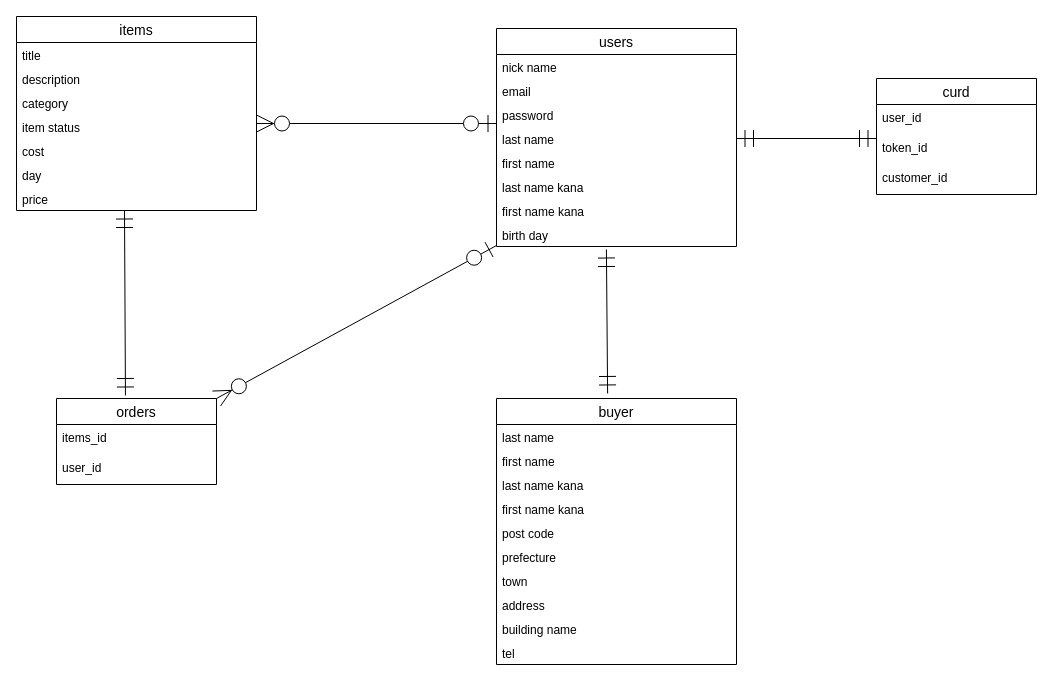
Before: frima.dio in Falendre/furima-39219, a draw.io diagram. Source tidied: cells renumbered, new cells numbered last; positions are measured from the earlier drawing's top-left corner, leaving out a move shared by most shapes. Both pictures are drawn from the tidied source at 100%, with x=0, y=0 at pixel (16, 16).
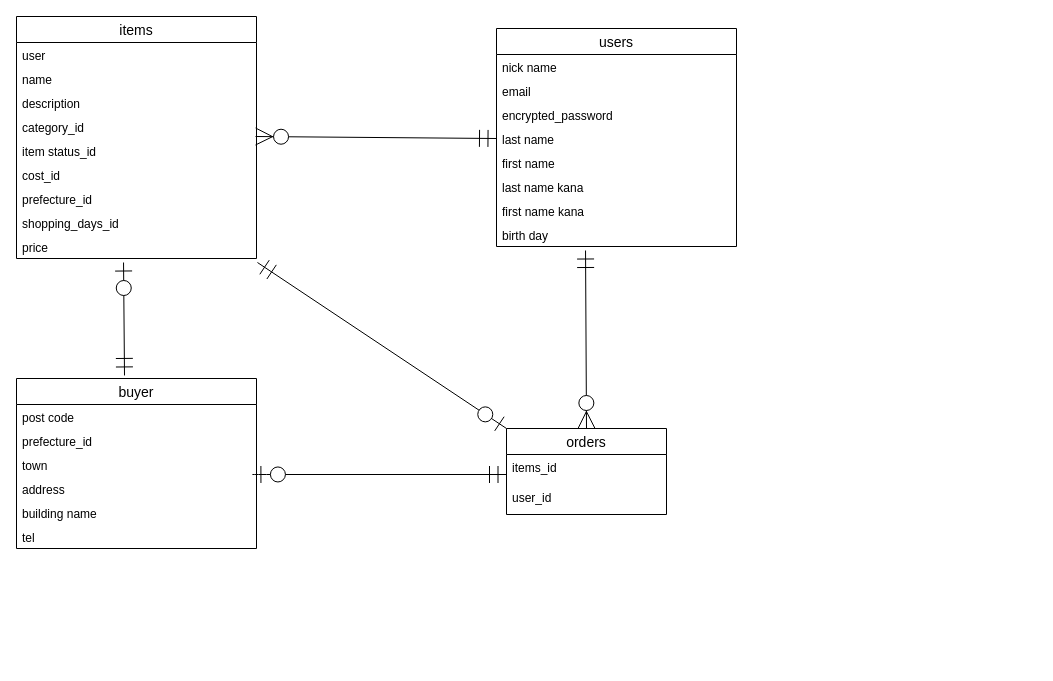
After the change.

Commit message (it also covers changes not shown here):
er図　README修正

Unchanged cells that the change refers to:
```xml
<mxCell id="2" value="users" style="swimlane;fontStyle=0;horizontal=1;startSize=26;align=center;fontSize=14;" parent="1" vertex="1">
  <mxGeometry x="480" y="12" width="240" height="218" as="geometry" />
</mxCell>
<mxCell id="6" value="last name" style="text;strokeColor=none;fillColor=none;spacingLeft=4;spacingRight=4;overflow=hidden;points=[[0,0.5],[1,0.5]];portConstraint=eastwest;fontSize=12;" parent="2" vertex="1">
  <mxGeometry y="98" width="240" height="24" as="geometry" />
</mxCell>
<mxCell id="10" value="birth day" style="text;strokeColor=none;fillColor=none;spacingLeft=4;spacingRight=4;overflow=hidden;points=[[0,0.5],[1,0.5]];portConstraint=eastwest;fontSize=12;" parent="2" vertex="1">
  <mxGeometry y="194" width="240" height="24" as="geometry" />
</mxCell>
```

Diff of the diagram source:
```diff
@@
-    <mxCell id="5" value="password" style="text;strokeColor=none;fillColor=none;spacingLeft=4;spacingRight=4;overflow=hidden;fontSize=12;" parent="2" vertex="1">
+    <mxCell id="5" value="encrypted_password" style="text;strokeColor=none;fillColor=none;spacingLeft=4;spacingRight=4;overflow=hidden;fontSize=12;" parent="2" vertex="1">
       <mxGeometry y="74" width="240" height="24" as="geometry" />
     </mxCell>
@@
     <mxCell id="11" value="items" style="swimlane;fontStyle=0;horizontal=1;startSize=26;align=center;fontSize=14;" parent="1" vertex="1">
-      <mxGeometry width="240" height="194" as="geometry" />
+      <mxGeometry width="240" height="242" as="geometry" />
     </mxCell>
+    <mxCell id="41" value="user" style="text;strokeColor=none;fillColor=none;spacingLeft=4;spacingRight=4;overflow=hidden;fontSize=12;" parent="11" vertex="1">
+      <mxGeometry y="26" width="240" height="24" as="geometry" />
+    </mxCell>
-    <mxCell id="12" value="title" style="text;strokeColor=none;fillColor=none;spacingLeft=4;spacingRight=4;overflow=hidden;fontSize=12;" parent="11" vertex="1">
-      <mxGeometry y="26" width="240" height="24" as="geometry" />
+    <mxCell id="12" value="name" style="text;strokeColor=none;fillColor=none;spacingLeft=4;spacingRight=4;overflow=hidden;fontSize=12;" parent="11" vertex="1">
+      <mxGeometry y="50" width="240" height="24" as="geometry" />
     </mxCell>
     <mxCell id="13" value="description" style="text;strokeColor=none;fillColor=none;spacingLeft=4;spacingRight=4;overflow=hidden;fontSize=12;" parent="11" vertex="1">
-      <mxGeometry y="50" width="240" height="24" as="geometry" />
+      <mxGeometry y="74" width="240" height="24" as="geometry" />
     </mxCell>
-    <mxCell id="14" value="category" style="text;strokeColor=none;fillColor=none;spacingLeft=4;spacingRight=4;overflow=hidden;points=[[0,0.5],[1,0.5]];portConstraint=eastwest;fontSize=12;" parent="11" vertex="1">
-      <mxGeometry y="74" width="240" height="24" as="geometry" />
+    <mxCell id="14" value="category_id" style="text;strokeColor=none;fillColor=none;spacingLeft=4;spacingRight=4;overflow=hidden;points=[[0,0.5],[1,0.5]];portConstraint=eastwest;fontSize=12;" parent="11" vertex="1">
+      <mxGeometry y="98" width="240" height="24" as="geometry" />
     </mxCell>
-    <mxCell id="15" value="item status" style="text;strokeColor=none;fillColor=none;spacingLeft=4;spacingRight=4;overflow=hidden;fontSize=12;" parent="11" vertex="1">
-      <mxGeometry y="98" width="240" height="24" as="geometry" />
+    <mxCell id="15" value="item status_id" style="text;strokeColor=none;fillColor=none;spacingLeft=4;spacingRight=4;overflow=hidden;fontSize=12;" parent="11" vertex="1">
+      <mxGeometry y="122" width="240" height="24" as="geometry" />
     </mxCell>
-    <mxCell id="16" value="cost" style="text;strokeColor=none;fillColor=none;spacingLeft=4;spacingRight=4;overflow=hidden;fontSize=12;" parent="11" vertex="1">
-      <mxGeometry y="122" width="240" height="24" as="geometry" />
+    <mxCell id="16" value="cost_id" style="text;strokeColor=none;fillColor=none;spacingLeft=4;spacingRight=4;overflow=hidden;fontSize=12;" parent="11" vertex="1">
+      <mxGeometry y="146" width="240" height="24" as="geometry" />
     </mxCell>
+    <mxCell id="42" value="prefecture_id" style="text;strokeColor=none;fillColor=none;spacingLeft=4;spacingRight=4;overflow=hidden;fontSize=12;" parent="11" vertex="1">
+      <mxGeometry y="170" width="240" height="24" as="geometry" />
+    </mxCell>
-    <mxCell id="17" value="day" style="text;strokeColor=none;fillColor=none;spacingLeft=4;spacingRight=4;overflow=hidden;fontSize=12;" parent="11" vertex="1">
-      <mxGeometry y="146" width="240" height="24" as="geometry" />
+    <mxCell id="17" value="shopping_days_id" style="text;strokeColor=none;fillColor=none;spacingLeft=4;spacingRight=4;overflow=hidden;fontSize=12;" parent="11" vertex="1">
+      <mxGeometry y="194" width="240" height="24" as="geometry" />
     </mxCell>
     <mxCell id="18" value="price" style="text;strokeColor=none;fillColor=none;spacingLeft=4;spacingRight=4;overflow=hidden;points=[[0,0.5],[1,0.5]];portConstraint=eastwest;fontSize=12;" parent="11" vertex="1">
-      <mxGeometry y="170" width="240" height="24" as="geometry" />
+      <mxGeometry y="218" width="240" height="24" as="geometry" />
     </mxCell>
     <mxCell id="19" value="buyer" style="swimlane;fontStyle=0;horizontal=1;startSize=26;align=center;fontSize=14;" parent="1" vertex="1">
-      <mxGeometry x="480" y="382" width="240" height="266" as="geometry" />
+      <mxGeometry y="362" width="240" height="170" as="geometry" />
     </mxCell>
-    <mxCell id="20" value="last name" style="text;strokeColor=none;fillColor=none;spacingLeft=4;spacingRight=4;overflow=hidden;fontSize=12;" parent="19" vertex="1">
-      <mxGeometry y="26" width="240" height="24" as="geometry" />
-    </mxCell>
-    <mxCell id="21" value="first name" style="text;strokeColor=none;fillColor=none;spacingLeft=4;spacingRight=4;overflow=hidden;fontSize=12;" parent="19" vertex="1">
-      <mxGeometry y="50" width="240" height="24" as="geometry" />
-    </mxCell>
-    <mxCell id="22" value="last name kana" style="text;strokeColor=none;fillColor=none;spacingLeft=4;spacingRight=4;overflow=hidden;fontSize=12;" parent="19" vertex="1">
-      <mxGeometry y="74" width="240" height="24" as="geometry" />
-    </mxCell>
-    <mxCell id="23" value="first name kana" style="text;strokeColor=none;fillColor=none;spacingLeft=4;spacingRight=4;overflow=hidden;fontSize=12;" parent="19" vertex="1">
-      <mxGeometry y="98" width="240" height="24" as="geometry" />
-    </mxCell>
     <mxCell id="24" value="post code" style="text;strokeColor=none;fillColor=none;spacingLeft=4;spacingRight=4;overflow=hidden;fontSize=12;" parent="19" vertex="1">
-      <mxGeometry y="122" width="240" height="24" as="geometry" />
+      <mxGeometry y="26" width="240" height="24" as="geometry" />
     </mxCell>
-    <mxCell id="25" value="prefecture" style="text;strokeColor=none;fillColor=none;spacingLeft=4;spacingRight=4;overflow=hidden;fontSize=12;" parent="19" vertex="1">
-      <mxGeometry y="146" width="240" height="24" as="geometry" />
+    <mxCell id="25" value="prefecture_id" style="text;strokeColor=none;fillColor=none;spacingLeft=4;spacingRight=4;overflow=hidden;fontSize=12;" parent="19" vertex="1">
+      <mxGeometry y="50" width="240" height="24" as="geometry" />
     </mxCell>
     <mxCell id="26" value="town" style="text;strokeColor=none;fillColor=none;spacingLeft=4;spacingRight=4;overflow=hidden;fontSize=12;" parent="19" vertex="1">
-      <mxGeometry y="170" width="240" height="24" as="geometry" />
+      <mxGeometry y="74" width="240" height="24" as="geometry" />
     </mxCell>
     <mxCell id="27" value="address" style="text;strokeColor=none;fillColor=none;spacingLeft=4;spacingRight=4;overflow=hidden;points=[[0,0.5],[1,0.5]];portConstraint=eastwest;fontSize=12;" parent="19" vertex="1">
-      <mxGeometry y="194" width="240" height="24" as="geometry" />
+      <mxGeometry y="98" width="240" height="24" as="geometry" />
     </mxCell>
     <mxCell id="28" value="building name" style="text;strokeColor=none;fillColor=none;spacingLeft=4;spacingRight=4;overflow=hidden;fontSize=12;" parent="19" vertex="1">
-      <mxGeometry y="218" width="240" height="24" as="geometry" />
+      <mxGeometry y="122" width="240" height="24" as="geometry" />
     </mxCell>
     <mxCell id="29" value="tel" style="text;strokeColor=none;fillColor=none;spacingLeft=4;spacingRight=4;overflow=hidden;fontSize=12;" parent="19" vertex="1">
-      <mxGeometry y="242" width="240" height="24" as="geometry" />
+      <mxGeometry y="146" width="240" height="24" as="geometry" />
     </mxCell>
-    <mxCell id="30" value="curd" style="swimlane;fontStyle=0;horizontal=1;startSize=26;align=center;fontSize=14;" parent="1" vertex="1">
-      <mxGeometry x="860" y="62" width="160" height="116" as="geometry" />
-    </mxCell>
-    <mxCell id="31" value="user_id" style="text;strokeColor=none;fillColor=none;spacingLeft=4;spacingRight=4;overflow=hidden;fontSize=12;" parent="30" vertex="1">
-      <mxGeometry y="26" width="160" height="30" as="geometry" />
-    </mxCell>
-    <mxCell id="32" value="token_id" style="text;strokeColor=none;fillColor=none;spacingLeft=4;spacingRight=4;overflow=hidden;fontSize=12;" parent="30" vertex="1">
-      <mxGeometry y="56" width="160" height="30" as="geometry" />
-    </mxCell>
-    <mxCell id="33" value="customer_id" style="text;strokeColor=none;fillColor=none;spacingLeft=4;spacingRight=4;overflow=hidden;fontSize=12;" parent="30" vertex="1">
-      <mxGeometry y="86" width="160" height="30" as="geometry" />
-    </mxCell>
     <mxCell id="34" value="orders" style="swimlane;fontStyle=0;horizontal=1;startSize=26;align=center;fontSize=14;" parent="1" vertex="1">
-      <mxGeometry x="40" y="382" width="160" height="86" as="geometry" />
+      <mxGeometry x="490" y="412" width="160" height="86" as="geometry" />
     </mxCell>
@@
-    <mxCell id="37" style="fontSize=12;html=1;endArrow=ERmandOne;startArrow=ERmandOne;jumpSize=15;endSize=15;startSize=15;entryX=1;entryY=0.5;entryDx=0;entryDy=0;" parent="1" edge="1" target="6">
-      <mxGeometry relative="1" as="geometry">
-        <mxPoint x="860" y="122" as="sourcePoint" />
-      </mxGeometry>
-    </mxCell>
-    <mxCell id="38" style="fontSize=12;html=1;endArrow=ERzeroToMany;startArrow=ERzeroToOne;exitX=0;exitY=-0.125;exitDx=0;exitDy=0;exitPerimeter=0;endSize=15;startSize=15;" parent="1" edge="1" source="6">
-      <mxGeometry relative="1" as="geometry">
-        <mxPoint x="240" y="107" as="targetPoint" />
-      </mxGeometry>
-    </mxCell>
-    <mxCell id="39" style="fontSize=12;html=1;endArrow=ERmandOne;startArrow=ERmandOne;startSize=15;endSize=15;jumpSize=15;exitX=0.463;exitY=-0.019;exitDx=0;exitDy=0;exitPerimeter=0;entryX=0.458;entryY=1.125;entryDx=0;entryDy=0;entryPerimeter=0;" parent="1" edge="1" source="19" target="10">
-      <mxGeometry relative="1" as="geometry" />
-    </mxCell>
-    <mxCell id="40" style="fontSize=12;html=1;endArrow=ERmandOne;startArrow=ERmandOne;startSize=15;endSize=15;jumpSize=15;exitX=0.431;exitY=-0.035;exitDx=0;exitDy=0;exitPerimeter=0;entryX=0.45;entryY=1;entryDx=0;entryDy=0;entryPerimeter=0;" parent="1" edge="1" source="34" target="18">
-      <mxGeometry relative="1" as="geometry" />
-    </mxCell>
-    <mxCell id="41" style="fontSize=12;html=1;endArrow=ERzeroToMany;startArrow=ERzeroToOne;entryX=1;entryY=0;entryDx=0;entryDy=0;exitX=0;exitY=0.958;exitDx=0;exitDy=0;exitPerimeter=0;endSize=15;startSize=15;" parent="1" edge="1" source="10" target="34">
-      <mxGeometry relative="1" as="geometry" />
-    </mxCell>
+    <mxCell id="43" style="fontSize=12;html=1;endArrow=ERzeroToMany;startArrow=ERmandOne;entryX=0.996;entryY=0.917;entryDx=0;entryDy=0;entryPerimeter=0;exitX=0;exitY=0.5;exitDx=0;exitDy=0;endSize=15;startSize=15;" parent="1" edge="1" source="6" target="14">
+      <mxGeometry relative="1" as="geometry" />
+    </mxCell>
+    <mxCell id="44" style="fontSize=12;html=1;endArrow=ERzeroToMany;startArrow=ERmandOne;entryX=0.5;entryY=0;entryDx=0;entryDy=0;exitX=0.371;exitY=1.167;exitDx=0;exitDy=0;endSize=15;startSize=15;exitPerimeter=0;" parent="1" edge="1" source="10" target="34">
+      <mxGeometry relative="1" as="geometry" />
+    </mxCell>
+    <mxCell id="45" style="fontSize=12;html=1;endArrow=ERzeroToOne;startArrow=ERmandOne;startSize=15;endSize=15;entryX=0;entryY=0;entryDx=0;entryDy=0;exitX=1.004;exitY=1.167;exitDx=0;exitDy=0;exitPerimeter=0;" parent="1" edge="1" source="18" target="34">
+      <mxGeometry relative="1" as="geometry" />
+    </mxCell>
+    <mxCell id="46" style="fontSize=12;html=1;endArrow=ERzeroToOne;startArrow=ERmandOne;startSize=15;endSize=15;entryX=0.446;entryY=1.167;entryDx=0;entryDy=0;entryPerimeter=0;exitX=0.45;exitY=-0.018;exitDx=0;exitDy=0;exitPerimeter=0;" parent="1" edge="1" source="19" target="18">
+      <mxGeometry relative="1" as="geometry" />
+    </mxCell>
+    <mxCell id="47" style="fontSize=12;html=1;endArrow=ERzeroToOne;startArrow=ERmandOne;startSize=15;endSize=15;entryX=0.983;entryY=-0.083;entryDx=0;entryDy=0;entryPerimeter=0;" parent="1" edge="1" target="27">
+      <mxGeometry relative="1" as="geometry">
+        <mxPoint x="490" y="458" as="sourcePoint" />
+        <Array as="points">
+          <mxPoint x="240" y="458" />
+        </Array>
+      </mxGeometry>
+    </mxCell>
```
